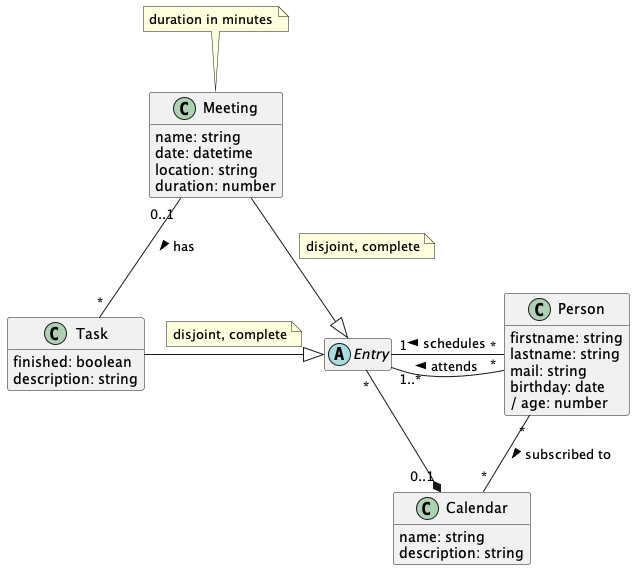
The PlantUML diagram kalender.png in simonpeier-ost/db1-calendar, before a commit.
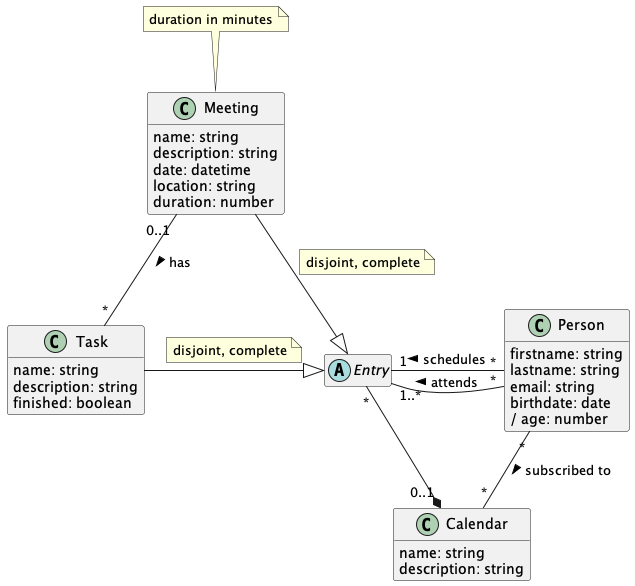
The same file after the commit.

Diff of the diagram source:
```diff
@@ -9,6 +9,7 @@
 
 class Meeting {
   name: string
+  description: string
   date: datetime
   location: string
   duration: number
@@ -16,8 +17,9 @@
 note top: duration in minutes
 
 class Task {
+  name: string
+  description: string
   finished: boolean
-  description: string
 }
 
 class Calendar {
@@ -28,8 +30,8 @@
 class Person {
   firstname: string
   lastname: string
-  mail: string
-  birthday: date
+  email: string
+  birthdate: date
   / age: number
 }
 
```
